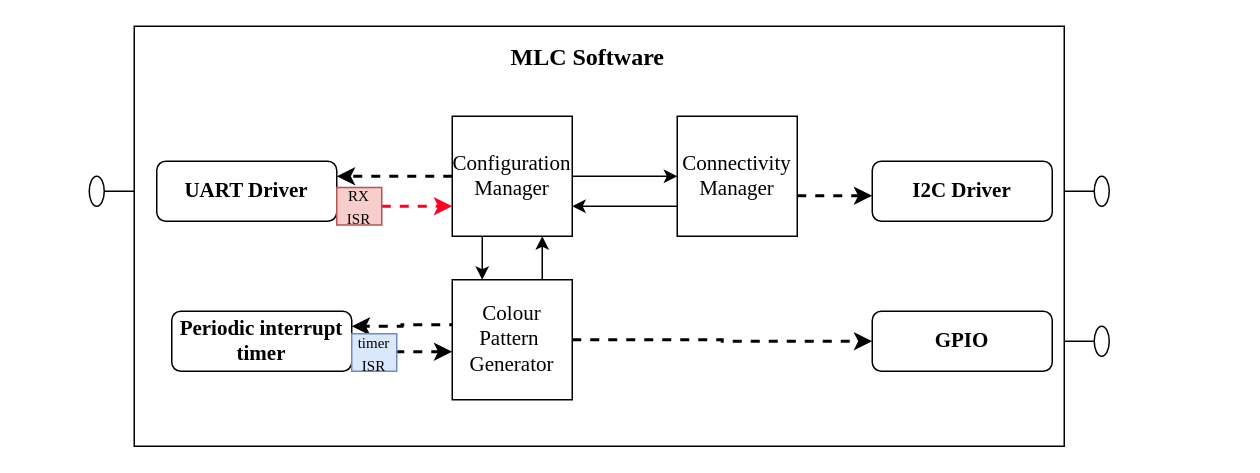
The draw.io diagram page "Page-2" (2 of 2) of LARA_usecase.drawio in francis-job/BLOCK_DIAGRAMS, before the edit. Source tidied: cells renumbered, new cells numbered last; positions are measured from the earlier drawing's top-left corner, leaving out a move shared by most shapes. Both pictures are drawn from the tidied source at 150%, with x=0, y=0 at pixel (88, 26).
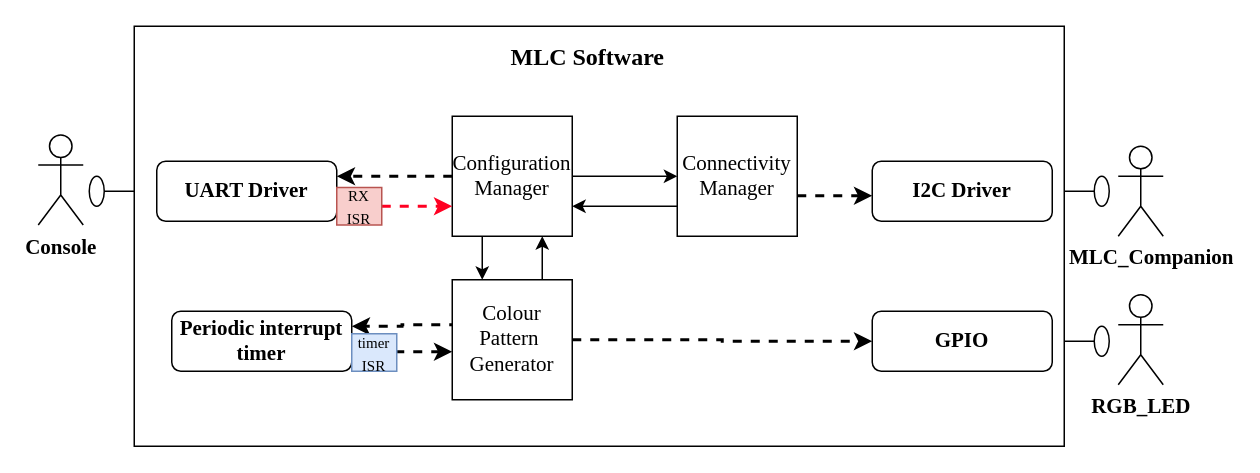
The same page after the edit.

Change to the diagram source:
```diff
@@
+    <mxCell id="26" value="&lt;font face=&quot;Times New Roman&quot; style=&quot;font-size: 14px&quot;&gt;&lt;b&gt;Console&lt;/b&gt;&lt;/font&gt;" style="shape=umlActor;verticalLabelPosition=bottom;verticalAlign=top;html=1;" parent="1" vertex="1">
+      <mxGeometry x="-34" y="72.5" width="30" height="60" as="geometry" />
+    </mxCell>
+    <mxCell id="27" value="&lt;font face=&quot;Times New Roman&quot;&gt;&lt;span style=&quot;font-size: 14px&quot;&gt;&lt;b&gt;&amp;nbsp; &amp;nbsp; MLC_Companion&lt;/b&gt;&lt;/span&gt;&lt;/font&gt;" style="shape=umlActor;verticalLabelPosition=bottom;verticalAlign=top;html=1;" parent="1" vertex="1">
+      <mxGeometry x="686" y="80" width="30" height="60" as="geometry" />
+    </mxCell>
+    <mxCell id="28" value="&lt;font face=&quot;Times New Roman&quot;&gt;&lt;span style=&quot;font-size: 14px&quot;&gt;&lt;b&gt;RGB_LED&lt;/b&gt;&lt;/span&gt;&lt;/font&gt;" style="shape=umlActor;verticalLabelPosition=bottom;verticalAlign=top;html=1;" parent="1" vertex="1">
+      <mxGeometry x="686" y="179" width="30" height="60" as="geometry" />
+    </mxCell>
```
